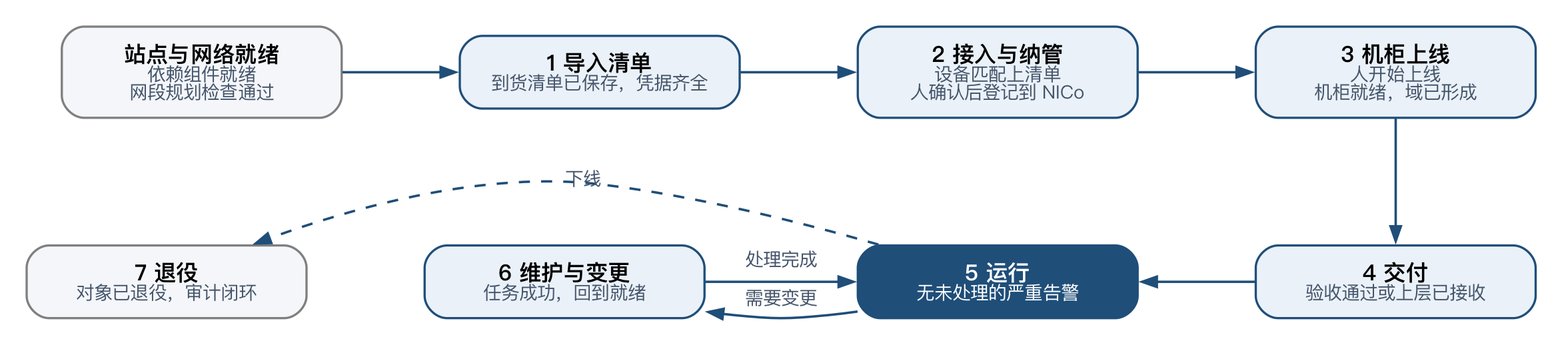
Above: docs/design/figures/workflow.png in DaoCloud/PXEye (Graphviz), before the change. Its source is kept beside it as docs/design/figures/workflow.dot.
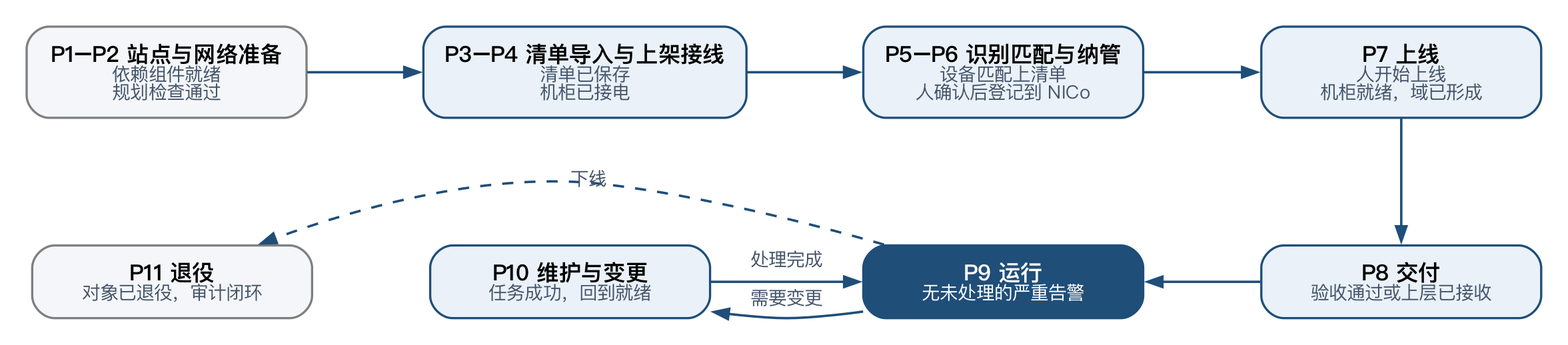
The same file after the commit.

Commit message:
Define the operations workflow formally in the design specification

Change to the diagram source:
```diff
@@ -2,14 +2,14 @@
   graph [rankdir=TB, fontname="PingFang SC", nodesep=0.45, ranksep=0.75, bgcolor="white", pad=0.2];
   node  [shape=box, style="rounded,filled", fontname="PingFang SC", fontsize=12, color="#1F4E79", fillcolor="#EAF1F8", penwidth=1.2, margin="0.16,0.12", width=2.1];
   edge  [fontname="PingFang SC", fontsize=10, color="#1F4E79", fontcolor="#44546A", arrowsize=0.8, penwidth=1.3];
-  s0 [fillcolor="#F4F6F9", color="#7F7F7F", label=<<b>站点与网络就绪</b><br/><font point-size="10" color="#44546A">依赖组件就绪<br/>网段规划检查通过</font>>];
-  s1 [label=<<b>1 导入清单</b><br/><font point-size="10" color="#44546A">到货清单已保存，凭据齐全</font>>];
-  s2 [label=<<b>2 接入与纳管</b><br/><font point-size="10" color="#44546A">设备匹配上清单<br/>人确认后登记到 NICo</font>>];
-  s3 [label=<<b>3 机柜上线</b><br/><font point-size="10" color="#44546A">人开始上线<br/>机柜就绪，域已形成</font>>];
-  s4 [label=<<b>4 交付</b><br/><font point-size="10" color="#44546A">验收通过或上层已接收</font>>];
-  s5 [fillcolor="#1F4E79", fontcolor="white", label=<<b>5 运行</b><br/><font point-size="10">无未处理的严重告警</font>>];
-  s6 [label=<<b>6 维护与变更</b><br/><font point-size="10" color="#44546A">任务成功，回到就绪</font>>];
-  s7 [fillcolor="#F4F6F9", color="#7F7F7F", label=<<b>7 退役</b><br/><font point-size="10" color="#44546A">对象已退役，审计闭环</font>>];
+  s0 [fillcolor="#F4F6F9", color="#7F7F7F", label=<<b>P1–P2 站点与网络准备</b><br/><font point-size="10" color="#44546A">依赖组件就绪<br/>规划检查通过</font>>];
+  s1 [label=<<b>P3–P4 清单导入与上架接线</b><br/><font point-size="10" color="#44546A">清单已保存<br/>机柜已接电</font>>];
+  s2 [label=<<b>P5–P6 识别匹配与纳管</b><br/><font point-size="10" color="#44546A">设备匹配上清单<br/>人确认后登记到 NICo</font>>];
+  s3 [label=<<b>P7 上线</b><br/><font point-size="10" color="#44546A">人开始上线<br/>机柜就绪，域已形成</font>>];
+  s4 [label=<<b>P8 交付</b><br/><font point-size="10" color="#44546A">验收通过或上层已接收</font>>];
+  s5 [fillcolor="#1F4E79", fontcolor="white", label=<<b>P9 运行</b><br/><font point-size="10">无未处理的严重告警</font>>];
+  s6 [label=<<b>P10 维护与变更</b><br/><font point-size="10" color="#44546A">任务成功，回到就绪</font>>];
+  s7 [fillcolor="#F4F6F9", color="#7F7F7F", label=<<b>P11 退役</b><br/><font point-size="10" color="#44546A">对象已退役，审计闭环</font>>];
   {rank=same; s0 -> s1 -> s2 -> s3}
   s3 -> s4;
   {rank=same; s7 -> s6 [style=invis]; s6 -> s5 [label="  处理完成  "]; s5 -> s4 [dir=back]}
```
